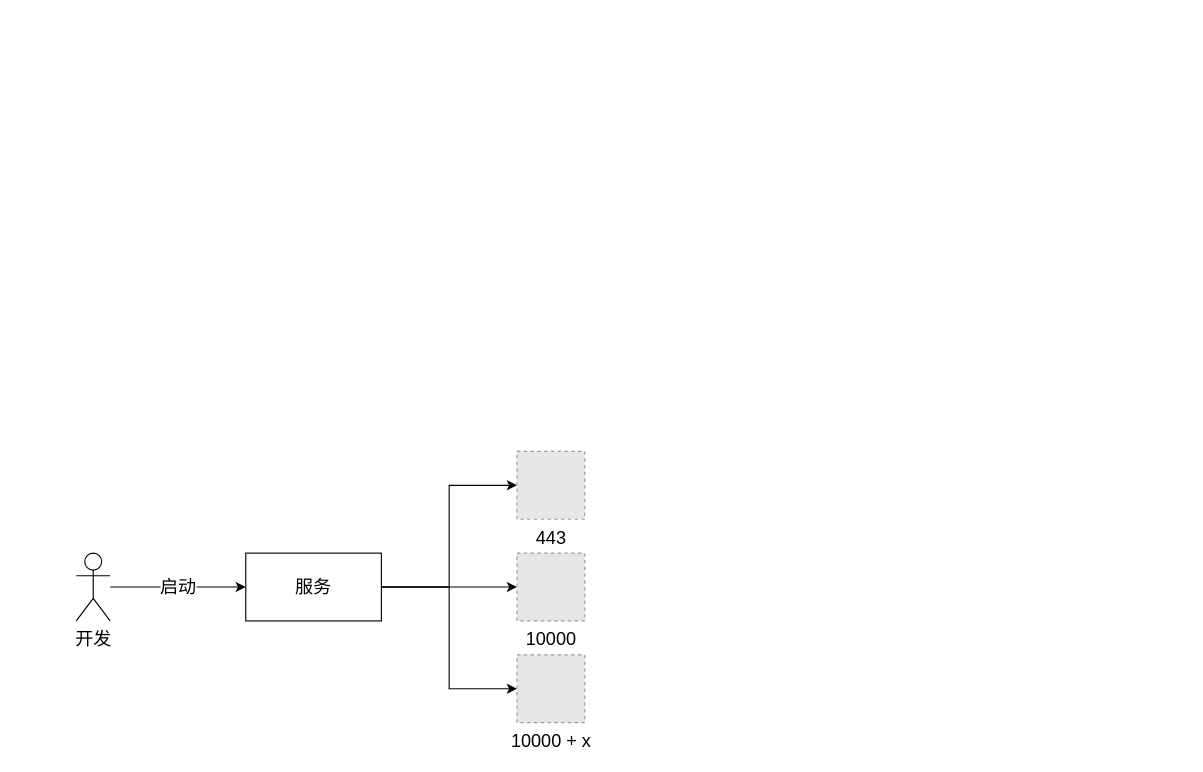
Above: page "dev" (2 of 2) of microFrontend/bootstrapApp.drawio in zhuoooo/doodles (draw.io), before the change. Source tidied: cells renumbered, new cells numbered last; positions are measured from the earlier drawing's top-left corner, leaving out a move shared by most shapes. Both pictures are drawn from the tidied source at 113%, with x=0, y=0 at pixel (76, 451). Pictures stored in the file or linked from it are replaced by grey dashed boxes.
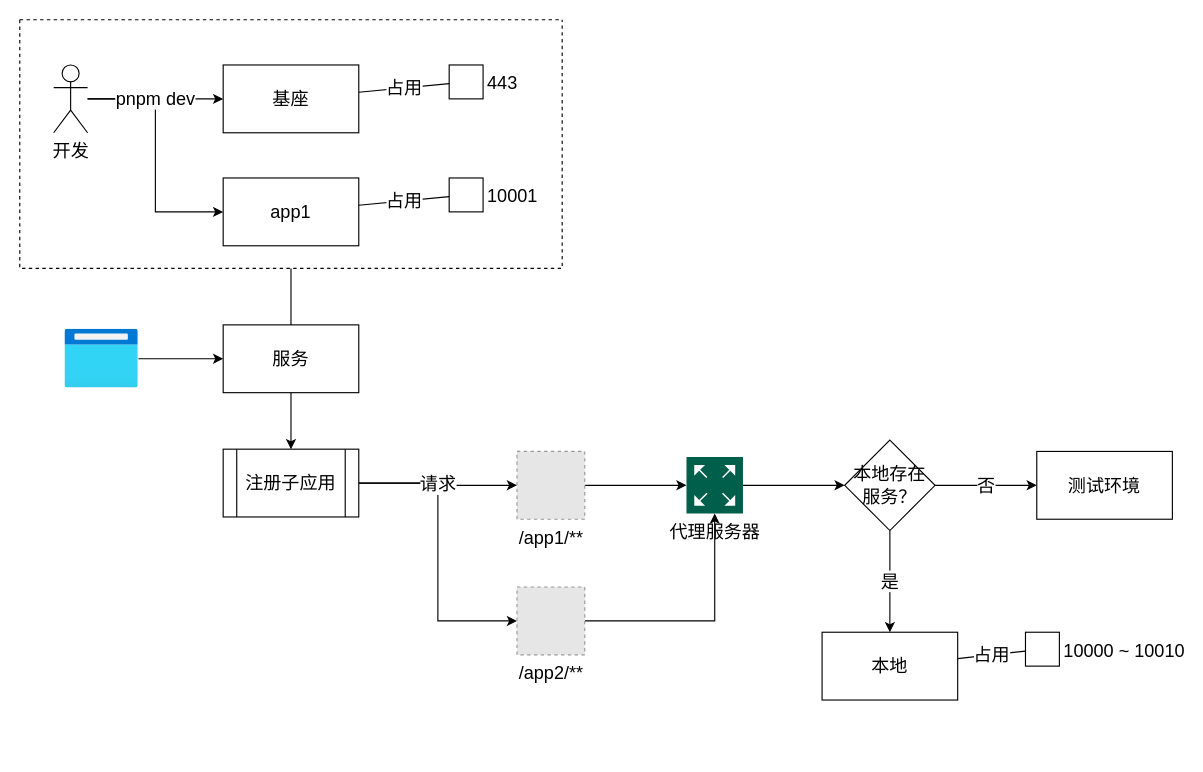
The same page after the edit.

Commit message:
update: 微前端开发服务代理

Change to the diagram source:
```diff
@@
+    <mxCell id="11" style="edgeStyle=orthogonalEdgeStyle;rounded=0;jettySize=auto;html=1;fontSize=16;fontFamily=微软雅黑;" parent="1" edge="1" source="2" target="15">
+      <mxGeometry relative="1" as="geometry" />
+    </mxCell>
-    <mxCell id="2" value="443" style="fillColor=#E6E6E6;strokeColor=#999999;dashed=1;html=1;verticalAlign=top;verticalLabelPosition=bottom;labelBackgroundColor=#ffffff;fontSize=16;" parent="1" vertex="1">
+    <mxCell id="2" value="/app1/**" style="fillColor=#E6E6E6;strokeColor=#999999;dashed=1;html=1;verticalAlign=top;verticalLabelPosition=bottom;labelBackgroundColor=#ffffff;fontSize=16;fontFamily=微软雅黑;" parent="1" vertex="1">
       <mxGeometry x="390" width="60" height="60" as="geometry" />
     </mxCell>
+    <mxCell id="12" style="edgeStyle=orthogonalEdgeStyle;rounded=0;jettySize=auto;html=1;entryX=0;entryY=0.5;entryDx=0;entryDy=0;fontSize=16;fontFamily=微软雅黑;" parent="1" edge="1" source="13" target="17">
+      <mxGeometry relative="1" as="geometry" />
+    </mxCell>
+    <mxCell id="13" value="注册子应用" style="whiteSpace=wrap;html=1;verticalAlign=middle;fontSize=16;shape=process;backgroundOutline=1;fontFamily=微软雅黑;" parent="1" vertex="1">
+      <mxGeometry x="130" y="-2" width="120" height="60" as="geometry" />
+    </mxCell>
+    <mxCell id="14" style="edgeStyle=orthogonalEdgeStyle;rounded=0;jettySize=auto;html=1;fontSize=16;fontFamily=微软雅黑;" parent="1" edge="1" source="15" target="21">
+      <mxGeometry relative="1" as="geometry" />
+    </mxCell>
+    <mxCell id="15" value="代理服务器" style="sketch=0;shadow=0;dashed=0;html=1;strokeColor=none;fillColor=#005F4B;labelPosition=center;verticalLabelPosition=bottom;verticalAlign=top;align=center;outlineConnect=0;shape=mxgraph.veeam2.network_proxy;fontSize=16;fontFamily=微软雅黑;" parent="1" vertex="1">
+      <mxGeometry x="540" y="5" width="50" height="50" as="geometry" />
+    </mxCell>
+    <mxCell id="16" style="edgeStyle=orthogonalEdgeStyle;rounded=0;jettySize=auto;html=1;fontSize=16;fontFamily=微软雅黑;" parent="1" edge="1" source="17" target="15">
+      <mxGeometry relative="1" as="geometry" />
+    </mxCell>
+    <mxCell id="17" value="/app2/**" style="fillColor=#E6E6E6;strokeColor=#999999;dashed=1;html=1;verticalAlign=top;verticalLabelPosition=bottom;labelBackgroundColor=#ffffff;fontSize=16;fontFamily=微软雅黑;" parent="1" vertex="1">
+      <mxGeometry x="390" y="120" width="60" height="60" as="geometry" />
+    </mxCell>
+    <mxCell id="18" value="请求" style="edgeStyle=orthogonalEdgeStyle;rounded=0;jettySize=auto;html=1;fontSize=16;fontFamily=微软雅黑;" parent="1" edge="1" source="13" target="2">
+      <mxGeometry relative="1" as="geometry" />
+    </mxCell>
+    <mxCell id="19" value="是" style="edgeStyle=orthogonalEdgeStyle;rounded=0;jettySize=auto;html=1;fontSize=16;fontFamily=微软雅黑;" parent="1" edge="1" source="21" target="23">
+      <mxGeometry relative="1" as="geometry" />
+    </mxCell>
+    <mxCell id="20" value="否" style="edgeStyle=orthogonalEdgeStyle;rounded=0;jettySize=auto;html=1;fontSize=16;fontFamily=微软雅黑;" parent="1" edge="1" source="21" target="24">
+      <mxGeometry relative="1" as="geometry" />
+    </mxCell>
+    <mxCell id="21" value="本地存在服务？" style="rhombus;whiteSpace=wrap;html=1;fontSize=16;fontFamily=微软雅黑;" parent="1" vertex="1">
+      <mxGeometry x="680" y="-10" width="80" height="80" as="geometry" />
+    </mxCell>
+    <mxCell id="22" value="占用" style="rounded=0;jettySize=auto;html=1;endArrow=none;endFill=0;fontSize=16;fontFamily=微软雅黑;" parent="1" edge="1" source="23" target="25">
+      <mxGeometry relative="1" as="geometry" />
+    </mxCell>
+    <mxCell id="23" value="本地" style="whiteSpace=wrap;html=1;fontSize=16;fontFamily=微软雅黑;" parent="1" vertex="1">
+      <mxGeometry x="660" y="160" width="120" height="60" as="geometry" />
+    </mxCell>
+    <mxCell id="24" value="测试环境" style="whiteSpace=wrap;html=1;fontSize=16;fontFamily=微软雅黑;" parent="1" vertex="1">
+      <mxGeometry x="850" width="120" height="60" as="geometry" />
+    </mxCell>
+    <mxCell id="25" value="10000 ~ 10010" style="fontStyle=0;labelPosition=right;verticalLabelPosition=middle;align=left;verticalAlign=middle;spacingLeft=2;fontSize=16;fontFamily=微软雅黑;" parent="1" vertex="1">
+      <mxGeometry x="840" y="160" width="30" height="30" as="geometry" />
+    </mxCell>
+    <mxCell id="26" style="edgeStyle=orthogonalEdgeStyle;rounded=0;jettySize=auto;html=1;" parent="1" edge="1" source="27" target="29">
+      <mxGeometry relative="1" as="geometry" />
+    </mxCell>
+    <mxCell id="27" style="image;html=1;points=[];align=center;fontSize=12;image=img/lib/azure2/general/Browser.svg;" parent="1" vertex="1">
+      <mxGeometry x="-10" y="-108" width="65" height="52" as="geometry" />
+    </mxCell>
+    <mxCell id="28" style="edgeStyle=orthogonalEdgeStyle;rounded=0;jettySize=auto;html=1;" parent="1" edge="1" source="29" target="13">
+      <mxGeometry relative="1" as="geometry" />
+    </mxCell>
+    <mxCell id="29" value="服务" style="rounded=0;whiteSpace=wrap;html=1;fontSize=16;fontFamily=微软雅黑;" parent="1" vertex="1">
+      <mxGeometry x="130" y="-112" width="120" height="60" as="geometry" />
+    </mxCell>
+    <mxCell id="30" style="swimlane;startSize=0;dashed=1;" parent="1" vertex="1">
+      <mxGeometry x="-50" y="-382" width="480" height="220" as="geometry" />
+    </mxCell>
+    <mxCell id="4" value="开发" style="shape=umlActor;verticalLabelPosition=bottom;verticalAlign=top;html=1;outlineConnect=0;fontSize=16;fontFamily=微软雅黑;" parent="30" vertex="1">
+      <mxGeometry x="30" y="40" width="30" height="60" as="geometry" />
+    </mxCell>
+    <mxCell id="8" value="基座" style="whiteSpace=wrap;html=1;verticalAlign=middle;fontSize=16;fontFamily=微软雅黑;" parent="30" vertex="1">
+      <mxGeometry x="180" y="40" width="120" height="60" as="geometry" />
+    </mxCell>
+    <mxCell id="31" value="443" style="fontStyle=0;labelPosition=right;verticalLabelPosition=middle;align=left;verticalAlign=middle;spacingLeft=2;fontSize=16;fontFamily=微软雅黑;" parent="30" vertex="1">
+      <mxGeometry x="380" y="40" width="30" height="30" as="geometry" />
+    </mxCell>
+    <mxCell id="5" value="占用" style="rounded=0;jettySize=auto;html=1;fontSize=16;endArrow=none;endFill=0;fontFamily=微软雅黑;" parent="30" edge="1" source="8" target="31">
+      <mxGeometry relative="1" as="geometry" />
+    </mxCell>
+    <mxCell id="32" value="app1" style="whiteSpace=wrap;html=1;verticalAlign=middle;fontSize=16;fontFamily=微软雅黑;" parent="30" vertex="1">
+      <mxGeometry x="180" y="140" width="120" height="60" as="geometry" />
+    </mxCell>
+    <mxCell id="33" style="edgeStyle=orthogonalEdgeStyle;rounded=0;jettySize=auto;html=1;entryX=0;entryY=0.5;entryDx=0;entryDy=0;" parent="30" edge="1" source="4" target="32">
+      <mxGeometry relative="1" as="geometry" />
+    </mxCell>
+    <mxCell id="34" value="10001" style="fontStyle=0;labelPosition=right;verticalLabelPosition=middle;align=left;verticalAlign=middle;spacingLeft=2;fontSize=16;fontFamily=微软雅黑;" parent="30" vertex="1">
+      <mxGeometry x="380" y="140" width="30" height="30" as="geometry" />
+    </mxCell>
+    <mxCell id="35" value="占用" style="rounded=0;jettySize=auto;html=1;fontSize=16;endArrow=none;endFill=0;fontFamily=微软雅黑;" parent="30" edge="1" source="32" target="34">
+      <mxGeometry relative="1" as="geometry" />
+    </mxCell>
-    <mxCell id="3" value="启动" style="edgeStyle=orthogonalEdgeStyle;rounded=0;jettySize=auto;html=1;fontSize=16;" parent="1" edge="1" source="4" target="8">
+    <mxCell id="3" value="pnpm dev" style="edgeStyle=orthogonalEdgeStyle;rounded=0;jettySize=auto;html=1;fontSize=16;fontFamily=微软雅黑;" parent="30" edge="1" source="4" target="8">
       <mxGeometry relative="1" as="geometry" />
     </mxCell>
-    <mxCell id="4" value="开发" style="shape=umlActor;verticalLabelPosition=bottom;verticalAlign=top;html=1;outlineConnect=0;fontSize=16;" parent="1" vertex="1">
-      <mxGeometry y="90" width="30" height="60" as="geometry" />
-    </mxCell>
-    <mxCell id="5" style="edgeStyle=orthogonalEdgeStyle;rounded=0;jettySize=auto;html=1;entryX=0;entryY=0.5;entryDx=0;entryDy=0;fontSize=16;" parent="1" edge="1" source="8" target="2">
-      <mxGeometry relative="1" as="geometry" />
-    </mxCell>
-    <mxCell id="6" style="edgeStyle=orthogonalEdgeStyle;rounded=0;jettySize=auto;html=1;entryX=0;entryY=0.5;entryDx=0;entryDy=0;fontSize=16;" parent="1" edge="1" source="8" target="9">
-      <mxGeometry relative="1" as="geometry" />
-    </mxCell>
-    <mxCell id="7" style="edgeStyle=orthogonalEdgeStyle;rounded=0;jettySize=auto;html=1;entryX=0;entryY=0.5;entryDx=0;entryDy=0;fontSize=16;" parent="1" edge="1" source="8" target="10">
-      <mxGeometry relative="1" as="geometry" />
-    </mxCell>
-    <mxCell id="8" value="服务" style="whiteSpace=wrap;html=1;verticalAlign=middle;fontSize=16;" parent="1" vertex="1">
-      <mxGeometry x="150" y="90" width="120" height="60" as="geometry" />
-    </mxCell>
-    <mxCell id="9" value="10000" style="fillColor=#E6E6E6;strokeColor=#999999;dashed=1;html=1;verticalAlign=top;verticalLabelPosition=bottom;labelBackgroundColor=#ffffff;fontSize=16;" parent="1" vertex="1">
-      <mxGeometry x="390" y="90" width="60" height="60" as="geometry" />
-    </mxCell>
-    <mxCell id="10" value="10000 + x" style="fillColor=#E6E6E6;strokeColor=#999999;dashed=1;html=1;verticalAlign=top;verticalLabelPosition=bottom;labelBackgroundColor=#ffffff;fontSize=16;" parent="1" vertex="1">
-      <mxGeometry x="390" y="180" width="60" height="60" as="geometry" />
-    </mxCell>
+    <mxCell id="36" style="edgeStyle=orthogonalEdgeStyle;rounded=0;jettySize=auto;html=1;endArrow=none;endFill=0;" parent="1" edge="1" source="29" target="30">
+      <mxGeometry relative="1" as="geometry" />
+    </mxCell>
```
